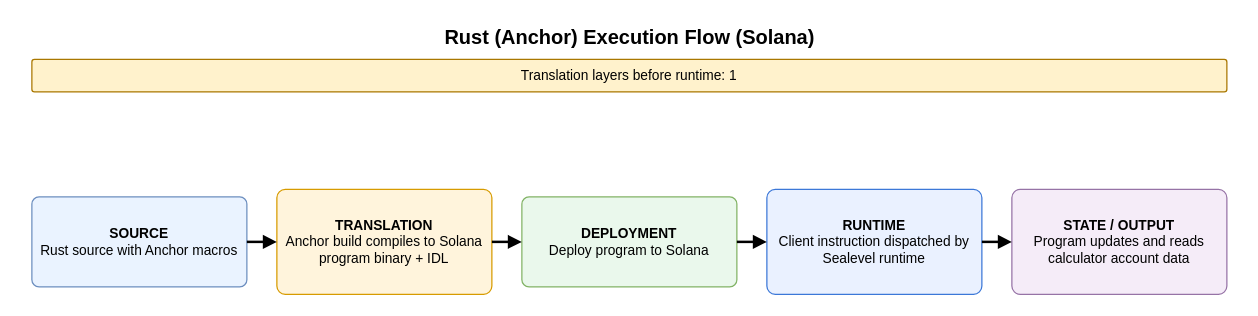
Earlier version of the draw.io diagram assets/contracting_flows/rust_anchor_flow.drawio (Endogen/xian-tech-website). Source tidied: cells renumbered, new cells numbered last; positions are measured from the earlier drawing's top-left corner, leaving out a move shared by most shapes. Both pictures are drawn from the tidied source at 125%, with x=0, y=0 at pixel (21, 21).
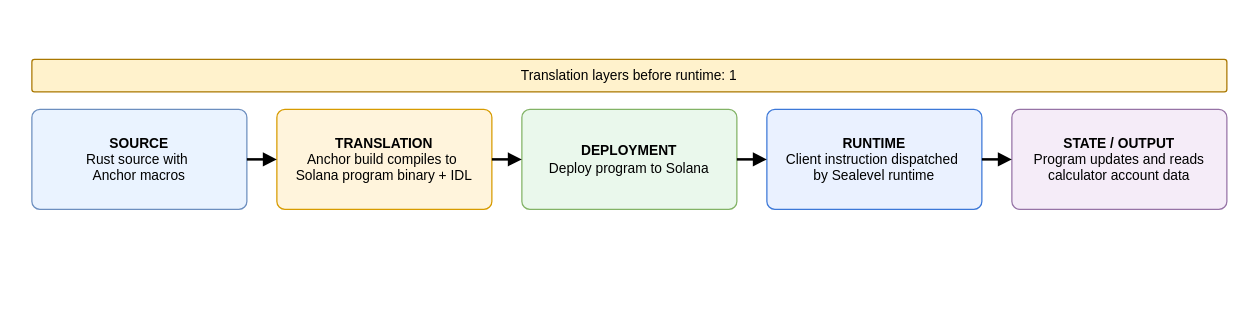
Above is the later version.

Diff of the diagram source:
```diff
@@
 <mxGraphModel>
   <root>
     <mxCell id="0" />
     <mxCell id="1" parent="0" />
-    <mxCell id="2" value="Rust (Anchor) Execution Flow (Solana)" style="text;html=1;strokeColor=none;fillColor=none;align=center;verticalAlign=middle;fontSize=16;fontStyle=1;" parent="1" vertex="1">
-      <mxGeometry width="972" height="24" as="geometry" />
-    </mxCell>
     <mxCell id="3" value="Translation layers before runtime: 1" style="rounded=1;whiteSpace=wrap;html=1;arcSize=8;fillColor=#FFF2CC;strokeColor=#A97700;fontSize=11;align=center;verticalAlign=middle;" parent="1" vertex="1">
       <mxGeometry x="8" y="30" width="956" height="26" as="geometry" />
     </mxCell>
-    <mxCell id="4" value="&lt;b&gt;SOURCE&lt;/b&gt;&lt;br&gt;Rust source with Anchor macros" style="rounded=1;whiteSpace=wrap;html=1;arcSize=8;fillColor=#EAF3FF;strokeColor=#6C8EBF;fontSize=11;align=center;verticalAlign=middle;spacing=6;" parent="1" vertex="1">
-      <mxGeometry x="8" y="140" width="172" height="72" as="geometry" />
+    <mxCell id="4" value="&lt;b&gt;SOURCE&lt;/b&gt;&lt;br&gt;Rust source with&amp;nbsp;&lt;div&gt;Anchor macros&lt;/div&gt;" style="rounded=1;whiteSpace=wrap;html=1;arcSize=8;fillColor=#EAF3FF;strokeColor=#6C8EBF;fontSize=11;align=center;verticalAlign=middle;spacing=6;" parent="1" vertex="1">
+      <mxGeometry x="8" y="70" width="172" height="80" as="geometry" />
     </mxCell>
-    <mxCell id="5" value="&lt;b&gt;TRANSLATION&lt;/b&gt;&lt;br&gt;Anchor build compiles to Solana program binary + IDL" style="rounded=1;whiteSpace=wrap;html=1;arcSize=8;fillColor=#FFF4DC;strokeColor=#D79B00;fontSize=11;align=center;verticalAlign=middle;spacing=6;" parent="1" vertex="1">
-      <mxGeometry x="204" y="134" width="172" height="84" as="geometry" />
+    <mxCell id="5" value="&lt;b&gt;TRANSLATION&lt;/b&gt;&lt;br&gt;Anchor build compiles to&amp;nbsp;&lt;div&gt;Solana program binary + IDL&lt;/div&gt;" style="rounded=1;whiteSpace=wrap;html=1;arcSize=8;fillColor=#FFF4DC;strokeColor=#D79B00;fontSize=11;align=center;verticalAlign=middle;spacing=6;" parent="1" vertex="1">
+      <mxGeometry x="204" y="70" width="172" height="80" as="geometry" />
     </mxCell>
     <mxCell id="6" value="&lt;b&gt;DEPLOYMENT&lt;/b&gt;&lt;br&gt;Deploy program to Solana" style="rounded=1;whiteSpace=wrap;html=1;arcSize=8;fillColor=#EAF8EC;strokeColor=#82B366;fontSize=11;align=center;verticalAlign=middle;spacing=6;" parent="1" vertex="1">
-      <mxGeometry x="400" y="140" width="172" height="72" as="geometry" />
+      <mxGeometry x="400" y="70" width="172" height="80" as="geometry" />
     </mxCell>
-    <mxCell id="7" value="&lt;b&gt;RUNTIME&lt;/b&gt;&lt;br&gt;Client instruction dispatched by Sealevel runtime" style="rounded=1;whiteSpace=wrap;html=1;arcSize=8;fillColor=#EAF1FF;strokeColor=#3C78D8;fontSize=11;align=center;verticalAlign=middle;spacing=6;" parent="1" vertex="1">
-      <mxGeometry x="596" y="134" width="172" height="84" as="geometry" />
+    <mxCell id="7" value="&lt;b&gt;RUNTIME&lt;/b&gt;&lt;br&gt;Client instruction&amp;nbsp;&lt;span style=&quot;background-color: transparent; color: light-dark(rgb(0, 0, 0), rgb(255, 255, 255));&quot;&gt;dispatched&amp;nbsp;&lt;/span&gt;&lt;div&gt;&lt;span style=&quot;background-color: transparent; color: light-dark(rgb(0, 0, 0), rgb(255, 255, 255));&quot;&gt;by Sealevel runtime&lt;/span&gt;&lt;/div&gt;" style="rounded=1;whiteSpace=wrap;html=1;arcSize=8;fillColor=#EAF1FF;strokeColor=#3C78D8;fontSize=11;align=center;verticalAlign=middle;spacing=6;" parent="1" vertex="1">
+      <mxGeometry x="596" y="70" width="172" height="80" as="geometry" />
     </mxCell>
     <mxCell id="8" value="&lt;b&gt;STATE / OUTPUT&lt;/b&gt;&lt;br&gt;Program updates and reads calculator account data" style="rounded=1;whiteSpace=wrap;html=1;arcSize=8;fillColor=#F5ECF8;strokeColor=#9673A6;fontSize=11;align=center;verticalAlign=middle;spacing=6;" parent="1" vertex="1">
-      <mxGeometry x="792" y="134" width="172" height="84" as="geometry" />
+      <mxGeometry x="792" y="70" width="172" height="80" as="geometry" />
     </mxCell>
     <mxCell id="9" style="endArrow=block;endFill=1;html=1;rounded=1;strokeWidth=2;edgeStyle=orthogonalEdgeStyle;" parent="1" edge="1" source="4" target="5">
       <mxGeometry relative="1" as="geometry" />
     </mxCell>
     <mxCell id="10" style="endArrow=block;endFill=1;html=1;rounded=1;strokeWidth=2;edgeStyle=orthogonalEdgeStyle;" parent="1" edge="1" source="5" target="6">
       <mxGeometry relative="1" as="geometry" />
     </mxCell>
     <mxCell id="11" style="endArrow=block;endFill=1;html=1;rounded=1;strokeWidth=2;edgeStyle=orthogonalEdgeStyle;" parent="1" edge="1" source="6" target="7">
       <mxGeometry relative="1" as="geometry" />
     </mxCell>
     <mxCell id="12" style="endArrow=block;endFill=1;html=1;rounded=1;strokeWidth=2;edgeStyle=orthogonalEdgeStyle;" parent="1" edge="1" source="7" target="8">
       <mxGeometry relative="1" as="geometry" />
     </mxCell>
   </root>
 </mxGraphModel>
```
